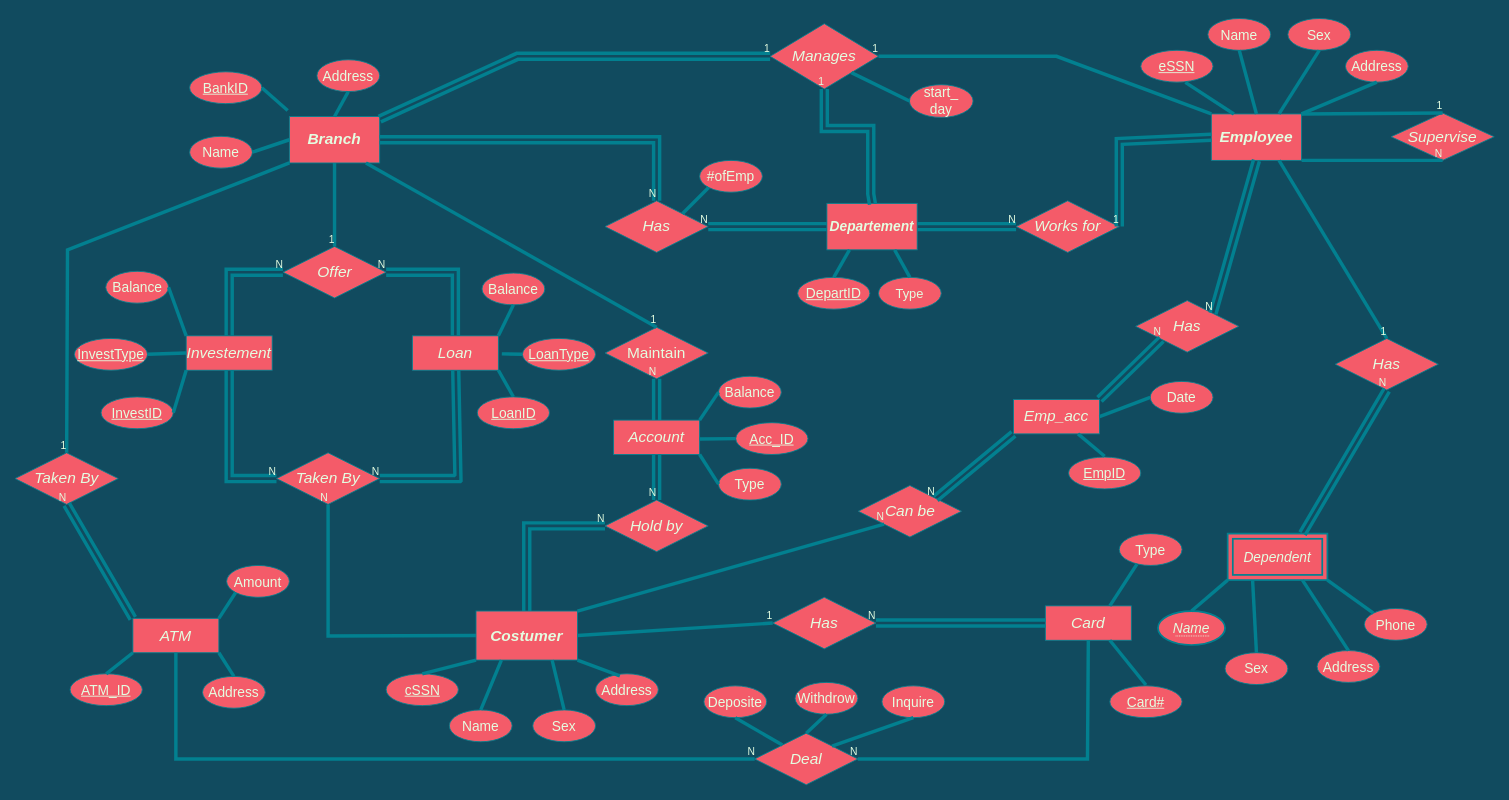
Above: BankManagement_ERD.drawio in omgits0mar/Database_fcis (draw.io), before the change. Source tidied: cells renumbered, new cells numbered last; positions are measured from the earlier drawing's top-left corner, leaving out a move shared by most shapes. Both pictures are drawn from the tidied source at 86%, with x=0, y=0 at pixel (15, 18).
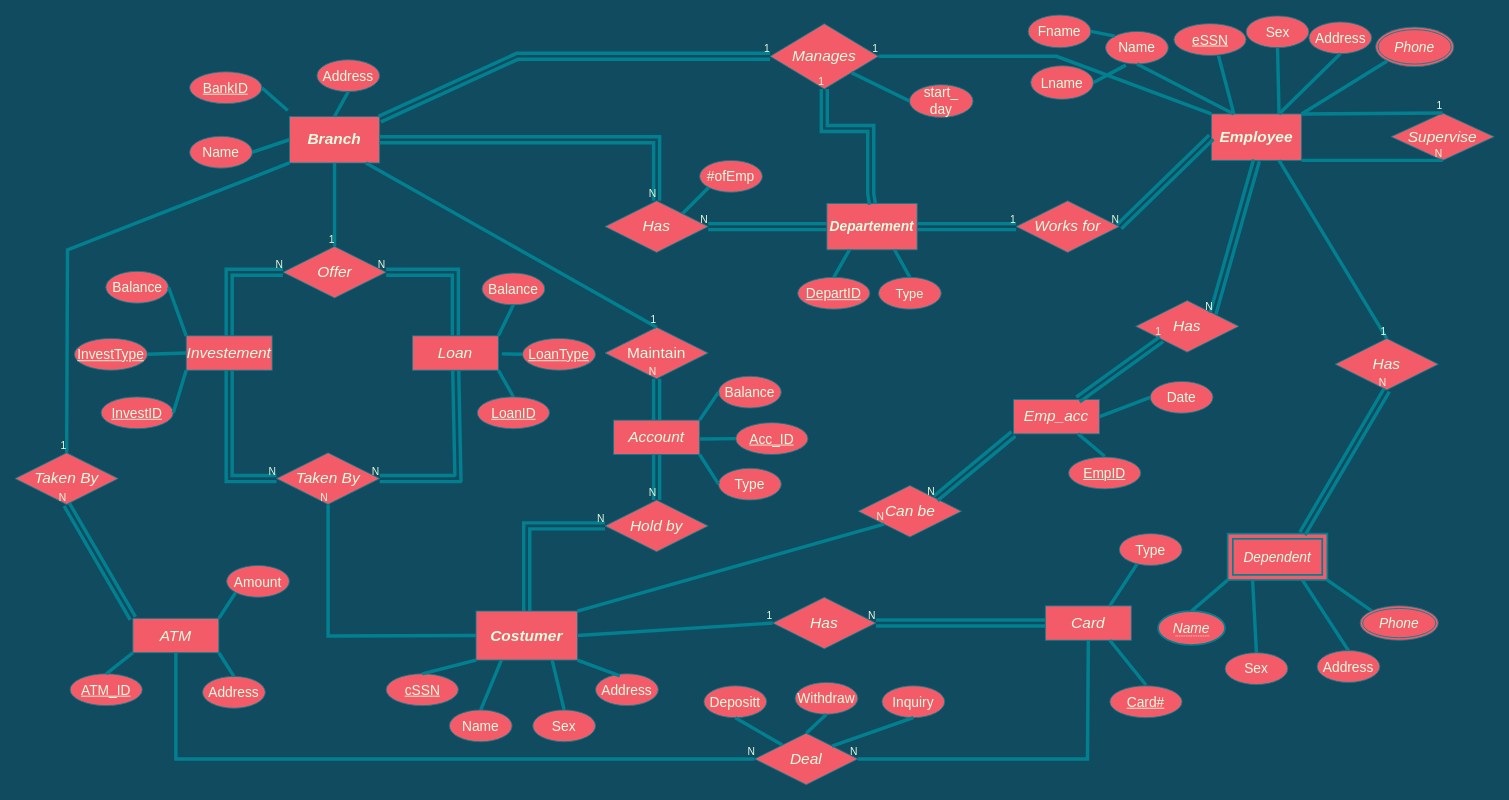
After the change.

The change refers to these unchanged cells:
```xml
<mxCell id="3" value="&lt;h3&gt;&lt;font size=&quot;1&quot;&gt;&lt;i style=&quot;font-size: 16px&quot;&gt;Departement&lt;/i&gt;&lt;/font&gt;&lt;/h3&gt;" style="whiteSpace=wrap;html=1;align=center;rounded=0;sketch=0;strokeColor=#028090;fillColor=#F45B69;fontColor=#E4FDE1;" parent="1" vertex="1">
  <mxGeometry x="944" y="215" width="105" height="54" as="geometry" />
</mxCell>
<mxCell id="4" value="&lt;h3&gt;&lt;font size=&quot;1&quot;&gt;&lt;i style=&quot;font-size: 18px&quot;&gt;Employee&lt;/i&gt;&lt;/font&gt;&lt;/h3&gt;" style="whiteSpace=wrap;html=1;align=center;rounded=0;sketch=0;strokeColor=#028090;fillColor=#F45B69;fontColor=#E4FDE1;" parent="1" vertex="1">
  <mxGeometry x="1391" y="111" width="105" height="54" as="geometry" />
</mxCell>
<mxCell id="13" value="&lt;i&gt;&lt;font style=&quot;font-size: 18px&quot;&gt;Works for&lt;/font&gt;&lt;/i&gt;" style="shape=rhombus;perimeter=rhombusPerimeter;whiteSpace=wrap;html=1;align=center;rounded=0;sketch=0;strokeColor=#028090;fillColor=#F45B69;fontSize=14;fontColor=#E4FDE1;" parent="1" vertex="1">
  <mxGeometry x="1164" y="212" width="120" height="60" as="geometry" />
</mxCell>
<mxCell id="114" value="&lt;i&gt;&lt;font style=&quot;font-size: 18px&quot;&gt;Emp_acc&lt;/font&gt;&lt;/i&gt;" style="whiteSpace=wrap;html=1;align=center;rounded=0;sketch=0;strokeColor=#028090;fillColor=#F45B69;fontSize=14;fontColor=#E4FDE1;" parent="1" vertex="1">
  <mxGeometry x="1161" y="443" width="100" height="40" as="geometry" />
</mxCell>
<mxCell id="116" value="&lt;i&gt;&lt;font style=&quot;font-size: 18px&quot;&gt;Has&lt;/font&gt;&lt;/i&gt;" style="shape=rhombus;perimeter=rhombusPerimeter;whiteSpace=wrap;html=1;align=center;rounded=0;sketch=0;strokeColor=#028090;fillColor=#F45B69;fontSize=14;fontColor=#E4FDE1;" parent="1" vertex="1">
  <mxGeometry x="1303" y="328" width="120" height="60" as="geometry" />
</mxCell>
<mxCell id="125" value="&lt;i&gt;&lt;font style=&quot;font-size: 16px&quot;&gt;Dependent&lt;/font&gt;&lt;/i&gt;" style="shape=ext;margin=3;double=1;whiteSpace=wrap;html=1;align=center;rounded=0;sketch=0;strokeColor=#028090;fillColor=#F45B69;fontColor=#E4FDE1;strokeWidth=2;perimeterSpacing=0;" parent="1" vertex="1">
  <mxGeometry x="1410" y="599" width="116" height="54" as="geometry" />
</mxCell>
```

Change to the diagram source:
```diff
@@
-    <mxCell id="18" style="shape=link;html=1;rounded=0;shadow=0;strokeColor=#028090;strokeWidth=4;fillColor=#F45B69;fontSize=14;fontColor=#E4FDE1;exitX=1;exitY=0.5;exitDx=0;exitDy=0;entryX=0;entryY=0.5;entryDx=0;entryDy=0;labelBackgroundColor=#114B5F;" parent="1" edge="1" source="3" target="13">
+    <mxCell id="18" style="shape=link;html=1;rounded=0;shadow=0;strokeColor=#028090;strokeWidth=4;fillColor=#F45B69;fontSize=14;fontColor=#E4FDE1;exitX=0;exitY=0.5;exitDx=0;exitDy=0;entryX=1;entryY=0.5;entryDx=0;entryDy=0;labelBackgroundColor=#114B5F;" parent="1" edge="1" source="4" target="13">
       <mxGeometry relative="1" as="geometry" />
     </mxCell>
@@
-    <mxCell id="20" style="shape=link;html=1;rounded=0;shadow=0;strokeColor=#028090;strokeWidth=4;fillColor=#F45B69;fontSize=14;fontColor=#E4FDE1;entryX=1;entryY=0.5;entryDx=0;entryDy=0;exitX=0;exitY=0.5;exitDx=0;exitDy=0;labelBackgroundColor=#114B5F;" parent="1" edge="1" source="4" target="13">
-      <mxGeometry relative="1" as="geometry">
-        <Array as="points">
-          <mxPoint x="1284" y="143" />
-        </Array>
-      </mxGeometry>
+    <mxCell id="20" style="shape=link;html=1;rounded=0;shadow=0;strokeColor=#028090;strokeWidth=4;fillColor=#F45B69;fontSize=14;fontColor=#E4FDE1;exitX=1;exitY=0.5;exitDx=0;exitDy=0;entryX=0;entryY=0.5;entryDx=0;entryDy=0;labelBackgroundColor=#114B5F;" parent="1" edge="1" source="3" target="13">
+      <mxGeometry relative="1" as="geometry" />
     </mxCell>
@@
     <mxCell id="77" value="&lt;font style=&quot;font-size: 16px&quot;&gt;Sex&lt;br&gt;&lt;/font&gt;" style="ellipse;whiteSpace=wrap;html=1;align=center;rounded=0;sketch=0;strokeColor=#028090;fillColor=#F45B69;fontSize=14;fontColor=#E4FDE1;" parent="1" vertex="1">
-      <mxGeometry x="1480" width="73" height="37" as="geometry" />
+      <mxGeometry x="1431.5" y="-3" width="73" height="37" as="geometry" />
     </mxCell>
@@
-    <mxCell id="103" value="&lt;font style=&quot;font-size: 16px&quot;&gt;Inquire&lt;/font&gt;" style="ellipse;whiteSpace=wrap;html=1;align=center;rounded=0;sketch=0;strokeColor=#028090;fillColor=#F45B69;fontSize=14;fontColor=#E4FDE1;" parent="1" vertex="1">
+    <mxCell id="103" value="&lt;font style=&quot;font-size: 16px&quot;&gt;Inquiry&lt;/font&gt;" style="ellipse;whiteSpace=wrap;html=1;align=center;rounded=0;sketch=0;strokeColor=#028090;fillColor=#F45B69;fontSize=14;fontColor=#E4FDE1;" parent="1" vertex="1">
       <mxGeometry x="1008" y="776" width="73" height="37" as="geometry" />
     </mxCell>
-    <mxCell id="104" value="&lt;font style=&quot;font-size: 16px&quot;&gt;Withdrow&lt;/font&gt;" style="ellipse;whiteSpace=wrap;html=1;align=center;rounded=0;sketch=0;strokeColor=#028090;fillColor=#F45B69;fontSize=14;fontColor=#E4FDE1;" parent="1" vertex="1">
+    <mxCell id="104" value="&lt;font style=&quot;font-size: 16px&quot;&gt;Withdraw&lt;/font&gt;" style="ellipse;whiteSpace=wrap;html=1;align=center;rounded=0;sketch=0;strokeColor=#028090;fillColor=#F45B69;fontSize=14;fontColor=#E4FDE1;" parent="1" vertex="1">
       <mxGeometry x="907" y="772" width="73" height="37" as="geometry" />
     </mxCell>
-    <mxCell id="105" value="&lt;font style=&quot;font-size: 16px&quot;&gt;Deposite&lt;/font&gt;" style="ellipse;whiteSpace=wrap;html=1;align=center;rounded=0;sketch=0;strokeColor=#028090;fillColor=#F45B69;fontSize=14;fontColor=#E4FDE1;" parent="1" vertex="1">
+    <mxCell id="105" value="&lt;font style=&quot;font-size: 16px&quot;&gt;Depositt&lt;/font&gt;" style="ellipse;whiteSpace=wrap;html=1;align=center;rounded=0;sketch=0;strokeColor=#028090;fillColor=#F45B69;fontSize=14;fontColor=#E4FDE1;" parent="1" vertex="1">
       <mxGeometry x="801" y="776" width="73" height="37" as="geometry" />
     </mxCell>
@@
-    <mxCell id="119" style="shape=link;html=1;rounded=0;startSize=6;endSize=6;strokeColor=#028090;strokeWidth=4;fillColor=#F45B69;fontColor=#E4FDE1;exitX=1;exitY=0;exitDx=0;exitDy=0;entryX=0;entryY=1;entryDx=0;entryDy=0;labelBackgroundColor=#114B5F;" parent="1" edge="1" source="114" target="116">
-      <mxGeometry relative="1" as="geometry" />
-    </mxCell>
-    <mxCell id="120" value="N" style="html=1;align=right;verticalAlign=bottom;fillColor=#F45B69;strokeColor=#028090;fontColor=#E4FDE1;" parent="119" vertex="1">
-      <mxGeometry x="1" relative="1" as="geometry" />
-    </mxCell>
@@
     <mxCell id="136" value="&lt;font style=&quot;font-size: 16px&quot;&gt;Address&lt;br&gt;&lt;/font&gt;" style="ellipse;whiteSpace=wrap;html=1;align=center;rounded=0;sketch=0;strokeColor=#028090;fillColor=#F45B69;fontSize=14;fontColor=#E4FDE1;" parent="1" vertex="1">
-      <mxGeometry x="1547" y="37" width="73" height="37" as="geometry" />
+      <mxGeometry x="1504.5" y="4" width="73" height="37" as="geometry" />
     </mxCell>
     <mxCell id="137" value="&lt;font style=&quot;font-size: 16px&quot;&gt;Name&lt;br&gt;&lt;/font&gt;" style="ellipse;whiteSpace=wrap;html=1;align=center;rounded=0;sketch=0;strokeColor=#028090;fillColor=#F45B69;fontSize=14;fontColor=#E4FDE1;" parent="1" vertex="1">
-      <mxGeometry x="1387" width="73" height="37" as="geometry" />
+      <mxGeometry x="1268" y="15" width="73" height="38" as="geometry" />
     </mxCell>
     <mxCell id="138" value="&lt;font style=&quot;font-size: 16px&quot;&gt;eSSN&lt;/font&gt;" style="ellipse;whiteSpace=wrap;html=1;align=center;fontStyle=4;rounded=0;sketch=0;strokeColor=#028090;fillColor=#F45B69;fontSize=14;fontColor=#E4FDE1;" parent="1" vertex="1">
-      <mxGeometry x="1309" y="37" width="84" height="37" as="geometry" />
+      <mxGeometry x="1347.5" y="6" width="84" height="37" as="geometry" />
     </mxCell>
@@
-    <mxCell id="140" style="endArrow=none;html=1;rounded=0;strokeColor=#028090;strokeWidth=4;fillColor=#F45B69;fontColor=#E4FDE1;exitX=1;exitY=0;exitDx=0;exitDy=0;entryX=0.5;entryY=1;entryDx=0;entryDy=0;labelBackgroundColor=#114B5F;" parent="1" edge="1" source="4" target="136">
+    <mxCell id="140" style="endArrow=none;html=1;rounded=0;strokeColor=#028090;strokeWidth=4;fillColor=#F45B69;fontColor=#E4FDE1;exitX=0.75;exitY=0;exitDx=0;exitDy=0;entryX=0.5;entryY=1;entryDx=0;entryDy=0;labelBackgroundColor=#114B5F;" parent="1" edge="1" source="4" target="136">
       <mxGeometry relative="1" as="geometry" />
     </mxCell>
@@
-    <mxCell id="142" style="endArrow=none;html=1;rounded=0;strokeColor=#028090;strokeWidth=4;fillColor=#F45B69;fontColor=#E4FDE1;exitX=0.5;exitY=1;exitDx=0;exitDy=0;entryX=0.5;entryY=0;entryDx=0;entryDy=0;labelBackgroundColor=#114B5F;" parent="1" edge="1" source="137" target="4">
+    <mxCell id="142" style="endArrow=none;html=1;rounded=0;strokeColor=#028090;strokeWidth=4;fillColor=#F45B69;fontColor=#E4FDE1;exitX=0.5;exitY=1;exitDx=0;exitDy=0;entryX=0.25;entryY=0;entryDx=0;entryDy=0;labelBackgroundColor=#114B5F;" parent="1" edge="1" source="137" target="4">
       <mxGeometry relative="1" as="geometry" />
     </mxCell>
@@
-    <mxCell id="144" value="&lt;font style=&quot;font-size: 16px&quot;&gt;Phone&lt;/font&gt;" style="ellipse;whiteSpace=wrap;html=1;align=center;rounded=0;sketch=0;strokeColor=#028090;fillColor=#F45B69;fontSize=14;fontColor=#E4FDE1;" parent="1" vertex="1">
-      <mxGeometry x="1569" y="686" width="73" height="37" as="geometry" />
-    </mxCell>
@@
-    <mxCell id="150" style="endArrow=none;html=1;rounded=0;strokeColor=#028090;strokeWidth=4;fillColor=#F45B69;fontColor=#E4FDE1;entryX=0;entryY=0;entryDx=0;entryDy=0;exitX=1;exitY=1;exitDx=0;exitDy=0;labelBackgroundColor=#114B5F;" parent="1" edge="1" source="125" target="144">
+    <mxCell id="150" style="endArrow=none;html=1;rounded=0;strokeColor=#028090;strokeWidth=4;fillColor=#F45B69;fontColor=#E4FDE1;entryX=0;entryY=0;entryDx=0;entryDy=0;exitX=1;exitY=1;exitDx=0;exitDy=0;labelBackgroundColor=#114B5F;" parent="1" edge="1" source="125" target="167">
       <mxGeometry relative="1" as="geometry" />
     </mxCell>
@@
+    <mxCell id="165" value="&lt;font style=&quot;font-size: 16px&quot;&gt;&lt;i&gt;Phone&lt;/i&gt;&lt;/font&gt;" style="ellipse;shape=doubleEllipse;margin=3;whiteSpace=wrap;html=1;align=center;rounded=0;sketch=0;strokeColor=#028090;fillColor=#F45B69;fontColor=#E4FDE1;strokeWidth=1;perimeterSpacing=0;" parent="1" vertex="1">
+      <mxGeometry x="1582" y="10" width="91" height="46" as="geometry" />
+    </mxCell>
+    <mxCell id="166" style="endArrow=none;html=1;rounded=0;strokeColor=#028090;strokeWidth=4;fillColor=#F45B69;fontColor=#E4FDE1;entryX=0;entryY=1;entryDx=0;entryDy=0;exitX=1;exitY=0;exitDx=0;exitDy=0;labelBackgroundColor=#114B5F;" parent="1" edge="1" source="4" target="165">
+      <mxGeometry relative="1" as="geometry" />
+    </mxCell>
+    <mxCell id="167" value="&lt;font style=&quot;font-size: 16px&quot;&gt;&lt;i&gt;Phone&lt;/i&gt;&lt;/font&gt;" style="ellipse;shape=doubleEllipse;margin=3;whiteSpace=wrap;html=1;align=center;rounded=0;sketch=0;strokeColor=#028090;fillColor=#F45B69;fontColor=#E4FDE1;strokeWidth=1;perimeterSpacing=0;" parent="1" vertex="1">
+      <mxGeometry x="1564" y="683" width="91" height="40" as="geometry" />
+    </mxCell>
+    <mxCell id="168" value="&lt;font style=&quot;font-size: 16px&quot;&gt;Lname&lt;br&gt;&lt;/font&gt;" style="ellipse;whiteSpace=wrap;html=1;align=center;rounded=0;sketch=0;strokeColor=#028090;fillColor=#F45B69;fontSize=14;fontColor=#E4FDE1;" parent="1" vertex="1">
+      <mxGeometry x="1181" y="55" width="73" height="39" as="geometry" />
+    </mxCell>
+    <mxCell id="169" value="&lt;font style=&quot;font-size: 16px&quot;&gt;Fname&lt;br&gt;&lt;/font&gt;" style="ellipse;whiteSpace=wrap;html=1;align=center;rounded=0;sketch=0;strokeColor=#028090;fillColor=#F45B69;fontSize=14;fontColor=#E4FDE1;" parent="1" vertex="1">
+      <mxGeometry x="1178" y="-4" width="73" height="38" as="geometry" />
+    </mxCell>
+    <mxCell id="170" style="endArrow=none;html=1;rounded=0;strokeColor=#028090;strokeWidth=4;fillColor=#F45B69;fontColor=#E4FDE1;exitX=1;exitY=0.5;exitDx=0;exitDy=0;entryX=0;entryY=0;entryDx=0;entryDy=0;labelBackgroundColor=#114B5F;" parent="1" edge="1" source="169" target="137">
+      <mxGeometry relative="1" as="geometry" />
+    </mxCell>
+    <mxCell id="171" style="endArrow=none;html=1;rounded=0;strokeColor=#028090;strokeWidth=4;fillColor=#F45B69;fontColor=#E4FDE1;exitX=1;exitY=0.5;exitDx=0;exitDy=0;entryX=0.323;entryY=1.032;entryDx=0;entryDy=0;entryPerimeter=0;labelBackgroundColor=#114B5F;" parent="1" edge="1" source="168" target="137">
+      <mxGeometry relative="1" as="geometry" />
+    </mxCell>
+    <mxCell id="119" style="shape=link;html=1;rounded=0;strokeColor=#028090;fillColor=#F45B69;fontColor=#E4FDE1;entryX=0;entryY=1;entryDx=0;entryDy=0;exitX=0.75;exitY=0;exitDx=0;exitDy=0;strokeWidth=4;labelBackgroundColor=#114B5F;" parent="1" edge="1" source="114" target="116">
+      <mxGeometry relative="1" as="geometry" />
+    </mxCell>
+    <mxCell id="172" value="1" style="html=1;align=right;verticalAlign=bottom;fillColor=#F45B69;strokeColor=#028090;fontColor=#E4FDE1;" parent="119" vertex="1">
+      <mxGeometry x="1" relative="1" as="geometry" />
+    </mxCell>
```
